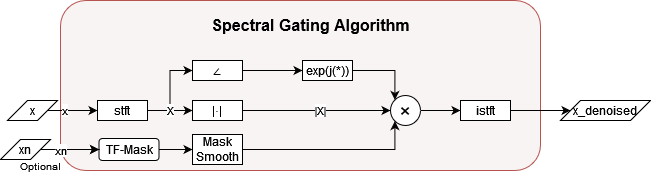
Above: supplementary_material/graphs/SpectralGatingScheme.png in noisereduce/TorchSpectralGating (draw.io), before the change. Source tidied: cells renumbered, new cells last; positions are measured from the earlier drawing's top-left corner, leaving out a move shared by most shapes.
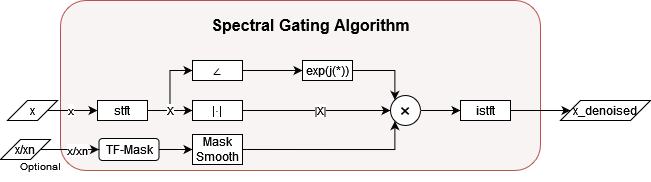
Later version of the same file.

What changed in the source:
```diff
@@ -6,7 +6,7 @@
       <mxGeometry x="60" width="480" height="170" as="geometry" />
     </mxCell>
     <mxCell id="3" value="x" style="edgeStyle=orthogonalEdgeStyle;rounded=0;jettySize=auto;html=1;exitX=1;exitY=0.5;exitDx=0;exitDy=0;" parent="1" edge="1" source="4" target="7">
-      <mxGeometry x="-0.35" relative="1" as="geometry" />
+      <mxGeometry x="-0.08" relative="1" as="geometry" />
     </mxCell>
     <mxCell id="4" value="x" style="shape=parallelogram;perimeter=parallelogramPerimeter;whiteSpace=wrap;html=1;fixedSize=1;" parent="1" vertex="1">
       <mxGeometry x="7" y="100" width="50" height="20" as="geometry" />
@@ -68,17 +68,16 @@
     <mxCell id="23" value="Mask Smooth" style="rounded=0;whiteSpace=wrap;html=1;" parent="1" vertex="1">
       <mxGeometry x="192" y="134" width="50" height="30" as="geometry" />
     </mxCell>
-    <mxCell id="24" style="edgeStyle=orthogonalEdgeStyle;rounded=0;jettySize=auto;html=1;exitX=1;exitY=0.5;exitDx=0;exitDy=0;entryX=0;entryY=0.5;entryDx=0;entryDy=0;" parent="1" edge="1" source="26" target="21">
-      <mxGeometry relative="1" as="geometry" />
+    <mxCell id="24" value="x/xn" style="edgeStyle=orthogonalEdgeStyle;rounded=0;jettySize=auto;html=1;entryX=0;entryY=0.5;entryDx=0;entryDy=0;" parent="1" edge="1" target="21">
+      <mxGeometry x="0.37" y="-1" relative="1" as="geometry">
+        <mxPoint x="31" y="149" as="sourcePoint" />
+      </mxGeometry>
     </mxCell>
-    <mxCell id="25" value="xn" style="edgeStyle=orthogonalEdgeStyle;rounded=0;jettySize=auto;html=1;" parent="1" edge="1" source="26" target="21">
-      <mxGeometry x="-0.32" y="-1" relative="1" as="geometry" />
+    <mxCell id="25" value="x/xn" style="shape=parallelogram;perimeter=parallelogramPerimeter;whiteSpace=wrap;html=1;fixedSize=1;" parent="1" vertex="1">
+      <mxGeometry y="139" width="50" height="20" as="geometry" />
     </mxCell>
-    <mxCell id="26" value="xn" style="shape=parallelogram;perimeter=parallelogramPerimeter;whiteSpace=wrap;html=1;fixedSize=1;" parent="1" vertex="1">
-      <mxGeometry y="139" width="50" height="20" as="geometry" />
+    <mxCell id="26" value="&lt;font style=&quot;font-size: 10px;&quot;&gt;Optional&lt;/font&gt;" style="text;strokeColor=none;align=center;fillColor=none;html=1;verticalAlign=middle;whiteSpace=wrap;rounded=0;" parent="1" vertex="1">
+      <mxGeometry x="10" y="150" width="60" height="30" as="geometry" />
     </mxCell>
-    <mxCell id="27" value="&lt;font style=&quot;font-size: 10px;&quot;&gt;Optional&lt;/font&gt;" style="text;strokeColor=none;align=center;fillColor=none;html=1;verticalAlign=middle;whiteSpace=wrap;rounded=0;" parent="1" vertex="1">
-      <mxGeometry x="10" y="150" width="60" height="30" as="geometry" />
-    </mxCell>
   </root>
 </mxGraphModel>
```
